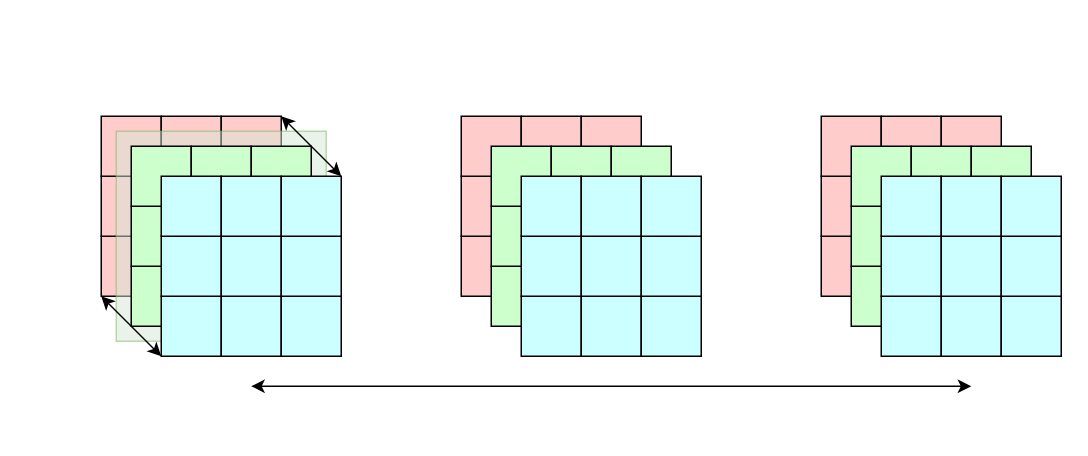
Above: page "Page-3" (3 of 5) of diagram2.drawio in Isaac-the-Man/diagrams (draw.io), before the change. Source tidied: cells renumbered, new cells numbered last; positions are measured from the earlier drawing's top-left corner, leaving out a move shared by most shapes. Both pictures are drawn from the tidied source at 150%, with x=0, y=0 at pixel (100, 116).
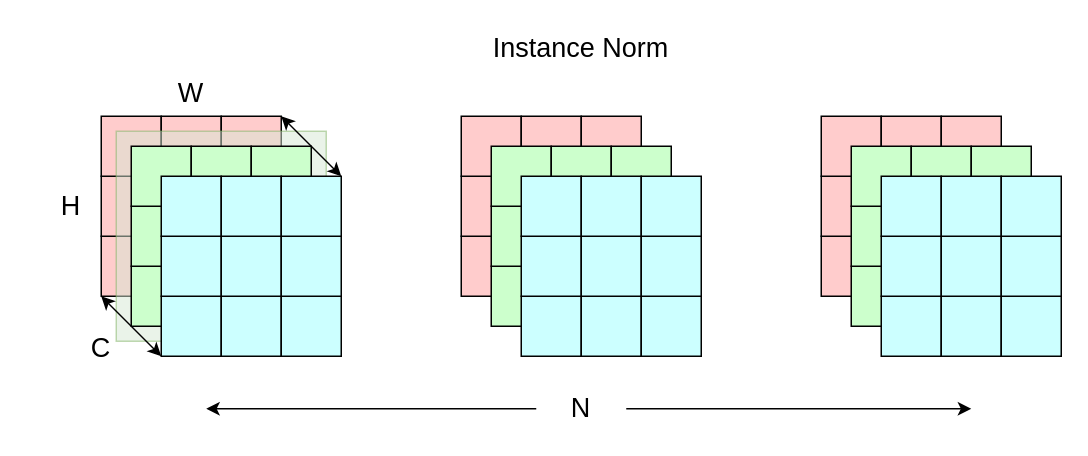
The same diagram, later.

Unchanged cells that the change refers to:
```xml
<mxCell id="21" style="whiteSpace=wrap;html=1;fillColor=#FFCCCC;" parent="2" vertex="1">
  <mxGeometry y="80" width="40" height="40" as="geometry" />
</mxCell>
<mxCell id="29" style="whiteSpace=wrap;html=1;fillColor=#FFCCCC;" parent="2" vertex="1">
  <mxGeometry x="80" width="40" height="40" as="geometry" />
</mxCell>
<mxCell id="64" style="whiteSpace=wrap;html=1;fillColor=#CCFFFF;" parent="63" vertex="1">
  <mxGeometry y="80" width="40" height="40" as="geometry" />
</mxCell>
<mxCell id="72" style="whiteSpace=wrap;html=1;fillColor=#CCFFFF;" parent="63" vertex="1">
  <mxGeometry x="80" width="40" height="40" as="geometry" />
</mxCell>
```

What changed in the source:
```diff
@@
+    <mxCell id="96" style="group;" parent="1" vertex="1">
+      <mxGeometry x="-50" y="-60" width="690" height="270" as="geometry" />
+    </mxCell>
-    <mxCell id="2" style="group;" parent="1" vertex="1">
-      <mxGeometry width="600" height="120" as="geometry" />
+    <mxCell id="2" style="group;" parent="96" vertex="1">
+      <mxGeometry x="50" y="60" width="600" height="120" as="geometry" />
     </mxCell>
@@
-    <mxCell id="30" style="rounded=0;whiteSpace=wrap;html=1;fillColor=#d5e8d4;strokeColor=#82b366;glass=0;opacity=50;" parent="1" vertex="1">
-      <mxGeometry x="10" y="10" width="140" height="140" as="geometry" />
+    <mxCell id="30" style="rounded=0;whiteSpace=wrap;html=1;fillColor=#d5e8d4;strokeColor=#82b366;glass=0;opacity=50;" parent="96" vertex="1">
+      <mxGeometry x="60" y="70" width="140" height="140" as="geometry" />
     </mxCell>
-    <mxCell id="31" style="group;" parent="1" vertex="1">
-      <mxGeometry x="20" y="20" width="620" height="140" as="geometry" />
+    <mxCell id="31" style="group;" parent="96" vertex="1">
+      <mxGeometry x="70" y="80" width="620" height="140" as="geometry" />
     </mxCell>
@@
-    <mxCell id="93" style="endArrow=classic;startArrow=classic;html=1;rounded=0;exitX=0;exitY=1;exitDx=0;exitDy=0;entryX=0;entryY=1;entryDx=0;entryDy=0;" parent="1" edge="1" source="21" target="64">
+    <mxCell id="93" style="endArrow=classic;startArrow=classic;html=1;rounded=0;exitX=0;exitY=1;exitDx=0;exitDy=0;entryX=0;entryY=1;entryDx=0;entryDy=0;" parent="96" edge="1" source="21" target="64">
       <mxGeometry relative="1" as="geometry" />
     </mxCell>
-    <mxCell id="94" style="endArrow=classic;startArrow=classic;html=1;rounded=0;exitX=1;exitY=0;exitDx=0;exitDy=0;entryX=1;entryY=0;entryDx=0;entryDy=0;" parent="1" edge="1" source="29" target="72">
+    <mxCell id="94" style="endArrow=classic;startArrow=classic;html=1;rounded=0;exitX=1;exitY=0;exitDx=0;exitDy=0;entryX=1;entryY=0;entryDx=0;entryDy=0;" parent="96" edge="1" source="29" target="72">
       <mxGeometry relative="1" as="geometry" />
     </mxCell>
-    <mxCell id="95" style="endArrow=classic;startArrow=classic;html=1;rounded=0;" parent="1" edge="1">
-      <mxGeometry relative="1" as="geometry">
-        <mxPoint x="100" y="180" as="sourcePoint" />
-        <mxPoint x="580" y="180" as="targetPoint" />
-      </mxGeometry>
-    </mxCell>
+    <mxCell id="97" style="group;" parent="96" vertex="1">
+      <mxGeometry y="30" width="140" height="200" as="geometry" />
+    </mxCell>
+    <mxCell id="98" value="&lt;font style=&quot;font-size: 18px;&quot;&gt;H&lt;/font&gt;" style="text;strokeColor=none;align=center;fillColor=none;html=1;verticalAlign=middle;whiteSpace=wrap;rounded=0;" parent="97" vertex="1">
+      <mxGeometry y="75" width="60" height="30" as="geometry" />
+    </mxCell>
+    <mxCell id="99" value="&lt;font style=&quot;font-size: 18px;&quot;&gt;W&lt;/font&gt;" style="text;strokeColor=none;align=center;fillColor=none;html=1;verticalAlign=middle;whiteSpace=wrap;rounded=0;" parent="97" vertex="1">
+      <mxGeometry x="80" width="60" height="30" as="geometry" />
+    </mxCell>
+    <mxCell id="100" value="&lt;font style=&quot;font-size: 18px;&quot;&gt;C&lt;/font&gt;" style="text;strokeColor=none;align=center;fillColor=none;html=1;verticalAlign=middle;whiteSpace=wrap;rounded=0;" parent="97" vertex="1">
+      <mxGeometry x="20" y="170" width="60" height="30" as="geometry" />
+    </mxCell>
+    <mxCell id="101" style="endArrow=classic;startArrow=none;html=1;rounded=0;fontSize=18;" parent="96" edge="1" source="103">
+      <mxGeometry relative="1" as="geometry">
+        <mxPoint x="630" y="255" as="targetPoint" />
+      </mxGeometry>
+    </mxCell>
+    <mxCell id="102" style="endArrow=none;startArrow=classic;html=1;rounded=0;fontSize=18;" parent="96" edge="1" target="103">
+      <mxGeometry relative="1" as="geometry">
+        <mxPoint x="120" y="255" as="sourcePoint" />
+      </mxGeometry>
+    </mxCell>
+    <mxCell id="103" value="N" style="text;strokeColor=none;align=center;fillColor=none;html=1;verticalAlign=middle;whiteSpace=wrap;rounded=0;fontSize=18;" parent="96" vertex="1">
+      <mxGeometry x="340" y="240" width="60" height="30" as="geometry" />
+    </mxCell>
+    <mxCell id="104" value="Instance Norm" style="text;strokeColor=none;align=center;fillColor=none;html=1;verticalAlign=middle;whiteSpace=wrap;rounded=0;fontSize=18;" parent="96" vertex="1">
+      <mxGeometry x="280" width="180" height="30" as="geometry" />
+    </mxCell>
```
